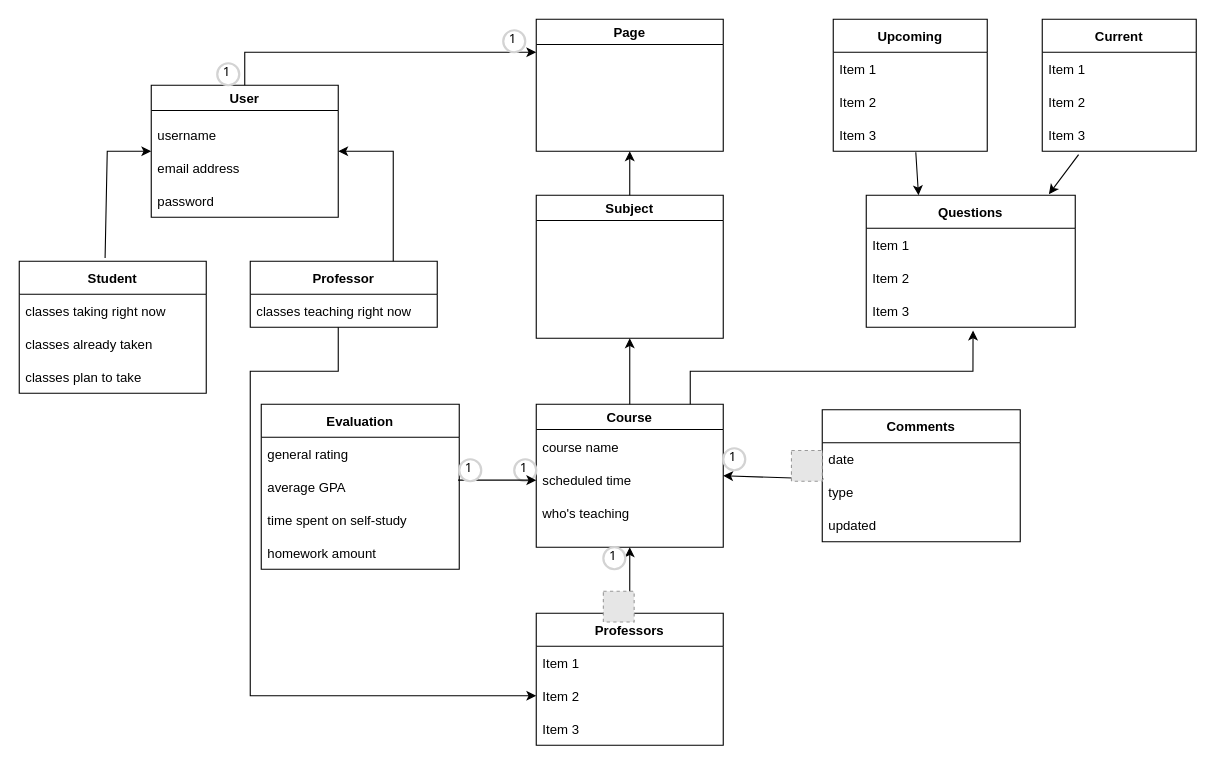
The draw.io diagram Domain Model.drawio in I-Dont-Want-An-F/Project, before the edit. Source tidied: cells renumbered, new cells numbered last; positions are measured from the earlier drawing's top-left corner, leaving out a move shared by most shapes. Both pictures are drawn from the tidied source at 110%, with x=0, y=0 at pixel (19, 19). Pictures stored in the file or linked from it are replaced by grey dashed boxes.
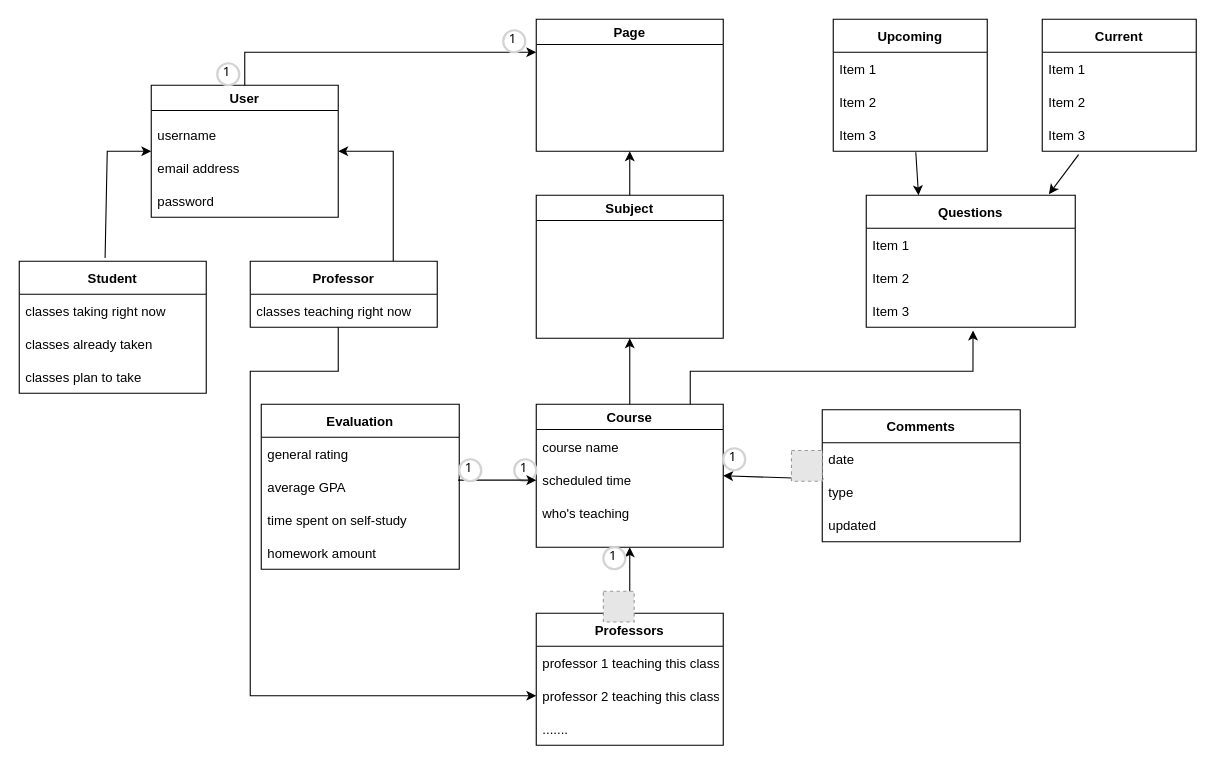
The same page after the edit.

Unchanged cells that the change refers to:
```xml
<mxCell id="18" value="Professors" style="swimlane;fontStyle=1;horizontal=1;startSize=30;" parent="1" vertex="1">
  <mxGeometry x="470" y="540" width="170" height="120" as="geometry" />
</mxCell>
```

What changed in the source:
```diff
@@
-    <mxCell id="19" value="Item 1" style="text;strokeColor=none;fillColor=none;align=left;verticalAlign=middle;spacingLeft=4;spacingRight=4;overflow=hidden;" parent="18" vertex="1">
+    <mxCell id="19" value="professor 1 teaching this class" style="text;strokeColor=none;fillColor=none;align=left;verticalAlign=middle;spacingLeft=4;spacingRight=4;overflow=hidden;" parent="18" vertex="1">
       <mxGeometry y="30" width="170" height="30" as="geometry" />
     </mxCell>
-    <mxCell id="20" value="Item 2" style="text;strokeColor=none;fillColor=none;align=left;verticalAlign=middle;spacingLeft=4;spacingRight=4;overflow=hidden;points=[[0,0.5],[1,0.5]];portConstraint=eastwest;" parent="18" vertex="1">
+    <mxCell id="20" value="professor 2 teaching this class" style="text;strokeColor=none;fillColor=none;align=left;verticalAlign=middle;spacingLeft=4;spacingRight=4;overflow=hidden;points=[[0,0.5],[1,0.5]];portConstraint=eastwest;" parent="18" vertex="1">
       <mxGeometry y="60" width="170" height="30" as="geometry" />
     </mxCell>
-    <mxCell id="21" value="Item 3" style="text;strokeColor=none;fillColor=none;align=left;verticalAlign=middle;spacingLeft=4;spacingRight=4;overflow=hidden;" parent="18" vertex="1">
+    <mxCell id="21" value="......." style="text;strokeColor=none;fillColor=none;align=left;verticalAlign=middle;spacingLeft=4;spacingRight=4;overflow=hidden;" parent="18" vertex="1">
       <mxGeometry y="90" width="170" height="30" as="geometry" />
     </mxCell>
```
